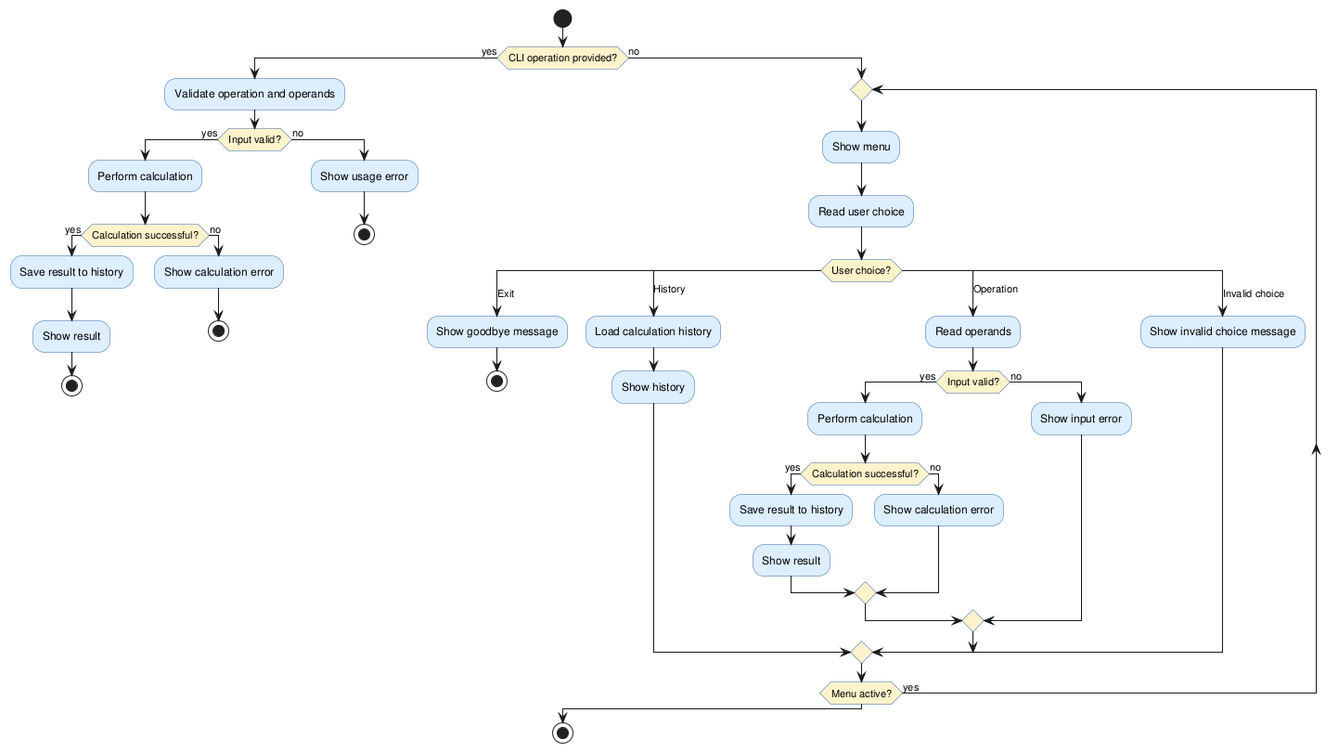
Earlier version of the PlantUML export experiments/pipeline/user_stories/calculator/artifacts/activity_diagram.png (DanielRiha8906/Software_autoevolution_using_agents).
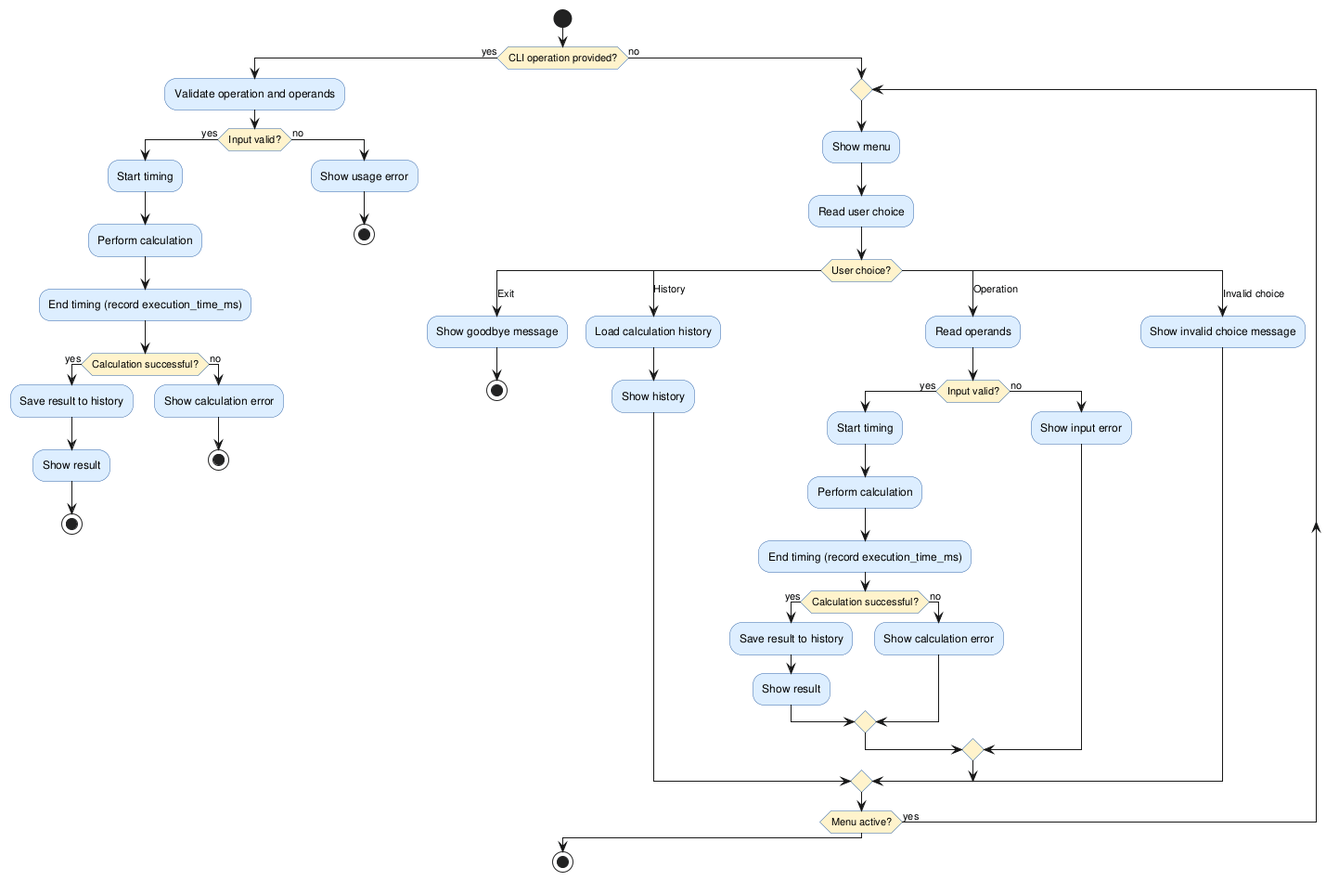
The same diagram one commit later.

The edit, as a diff of the source:
```diff
@@ -11,7 +11,9 @@
   :Validate operation and operands;
 
   if (Input valid?) then (yes)
+    :Start timing;
     :Perform calculation;
+    :End timing (record execution_time_ms);
 
     if (Calculation successful?) then (yes)
       :Save result to history;
@@ -47,7 +49,9 @@
         :Read operands;
 
         if (Input valid?) then (yes)
+          :Start timing;
           :Perform calculation;
+          :End timing (record execution_time_ms);
 
           if (Calculation successful?) then (yes)
             :Save result to history;
```
